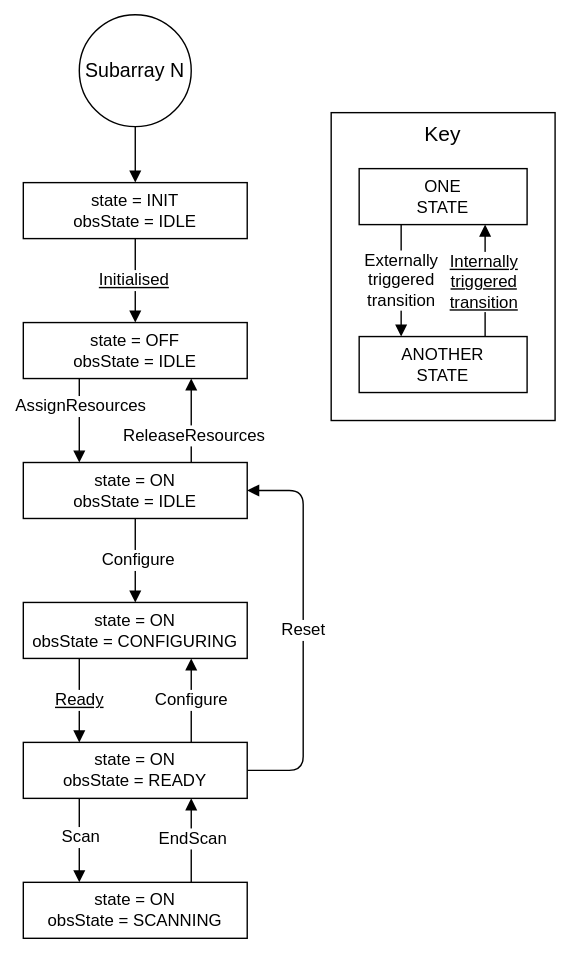
This is docs/src/images/sdp_subarray_states.svg from ska-telescope/sdp-prototype, a draw.io export, as it was before one commit. Source tidied: cells renumbered, new cells last; positions are measured from the earlier drawing's top-left corner, leaving out a move shared by most shapes.
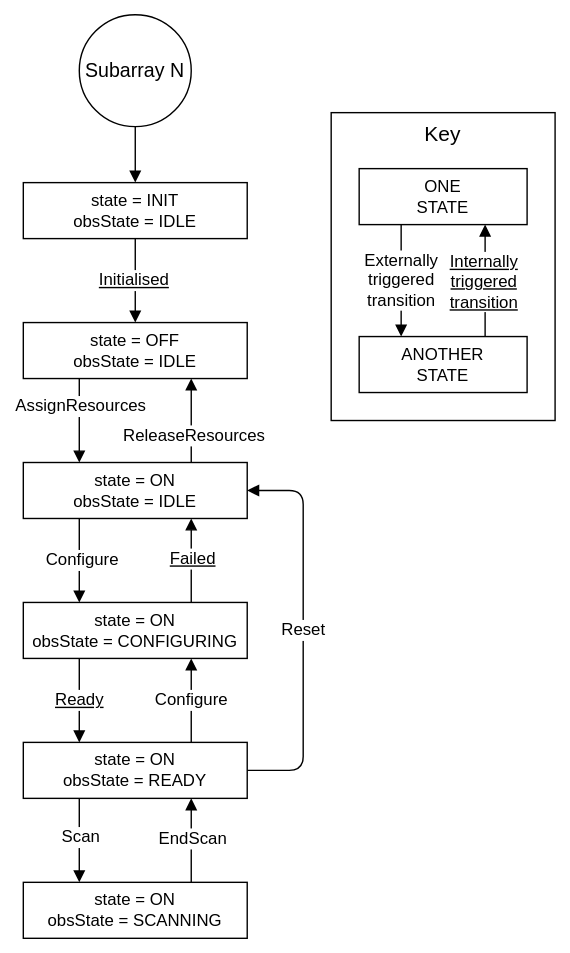
After the change.

Diff of the diagram source:
```diff
@@ -10,7 +10,7 @@
         <mxPoint y="10" as="offset" />
       </mxGeometry>
     </mxCell>
-    <mxCell id="4" style="edgeStyle=orthogonalEdgeStyle;rounded=0;jettySize=auto;html=1;exitX=0.5;exitY=1;exitDx=0;exitDy=0;entryX=0.5;entryY=0;entryDx=0;entryDy=0;endArrow=block;endFill=1;" parent="1" edge="1" source="6" target="8">
+    <mxCell id="4" style="rounded=0;jettySize=auto;html=1;exitX=0.25;exitY=1;exitDx=0;exitDy=0;entryX=0.25;entryY=0;entryDx=0;entryDy=0;endArrow=block;endFill=1;edgeStyle=orthogonalEdgeStyle;" parent="1" edge="1" source="6" target="8">
       <mxGeometry relative="1" as="geometry" />
     </mxCell>
     <mxCell id="5" value="Configure" style="text;html=1;align=center;verticalAlign=middle;labelBackgroundColor=#ffffff;" parent="4" vertex="1">
@@ -22,6 +22,12 @@
     <mxCell id="7" value="&lt;font style=&quot;font-size: 12px&quot;&gt;&lt;u&gt;Ready&lt;/u&gt;&lt;/font&gt;" style="edgeStyle=orthogonalEdgeStyle;rounded=0;jettySize=auto;html=1;exitX=0.25;exitY=1;exitDx=0;exitDy=0;entryX=0.25;entryY=0;entryDx=0;entryDy=0;endArrow=block;endFill=1;" parent="1" edge="1" source="8" target="19">
       <mxGeometry relative="1" as="geometry" />
     </mxCell>
+    <mxCell id="33" style="rounded=0;jettySize=auto;html=1;exitX=0.75;exitY=0;exitDx=0;exitDy=0;entryX=0.75;entryY=1;entryDx=0;entryDy=0;endArrow=block;endFill=1;edgeStyle=orthogonalEdgeStyle;" parent="1" edge="1" source="8" target="6">
+      <mxGeometry relative="1" as="geometry" />
+    </mxCell>
+    <mxCell id="34" value="&lt;u&gt;Failed&lt;/u&gt;" style="text;html=1;align=center;verticalAlign=middle;labelBackgroundColor=#ffffff;" parent="33" vertex="1">
+      <mxGeometry x="0.07" relative="1" as="geometry" />
+    </mxCell>
     <mxCell id="8" value="&lt;font style=&quot;font-size: 12px&quot;&gt;state = ON&lt;br&gt;obsState = CONFIGURING&lt;/font&gt;" style="rounded=0;whiteSpace=wrap;html=1;" parent="1" vertex="1">
       <mxGeometry y="420" width="160" height="40" as="geometry" />
     </mxCell>
@@ -34,7 +40,7 @@
     <mxCell id="11" value="&lt;font style=&quot;font-size: 12px&quot;&gt;state = ON&lt;br&gt;obsState = SCANNING&lt;/font&gt;" style="rounded=0;whiteSpace=wrap;html=1;" parent="1" vertex="1">
       <mxGeometry y="620" width="160" height="40" as="geometry" />
     </mxCell>
-    <mxCell id="12" style="edgeStyle=orthogonalEdgeStyle;rounded=0;jettySize=auto;html=1;exitX=0.25;exitY=1;exitDx=0;exitDy=0;entryX=0.25;entryY=0;entryDx=0;entryDy=0;endArrow=block;endFill=1;" parent="1" edge="1" source="14" target="6">
+    <mxCell id="12" style="rounded=0;jettySize=auto;html=1;exitX=0.25;exitY=1;exitDx=0;exitDy=0;entryX=0.25;entryY=0;entryDx=0;entryDy=0;endArrow=block;endFill=1;edgeStyle=orthogonalEdgeStyle;" parent="1" edge="1" source="14" target="6">
       <mxGeometry relative="1" as="geometry" />
     </mxCell>
     <mxCell id="13" value="AssignResources" style="text;align=center;verticalAlign=middle;labelBackgroundColor=#ffffff;labelBorderColor=none;spacing=2;html=1;" parent="12" vertex="1">
```
